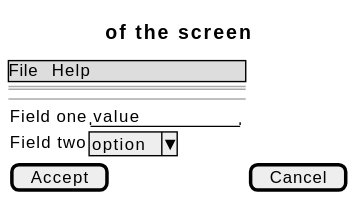
didactika/kampus keeps this PlantUML diagram as docs/01-requirements/use-cases/linkEnrolmentSource/wireframes.svg. Above is the earlier version.
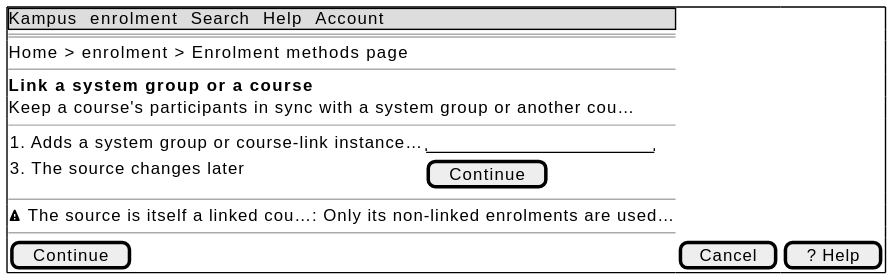
Above is the later version.

Change to the diagram source:
```diff
@@ -1,13 +1,19 @@
 @startsalt
-{
-  {* File | Help }
+{+
+  {* Kampus | enrolment | Search | Help | Account }
   ==
-  Title of the screen
+  Home > enrolment > Enrolment methods page
+  --
+  <b>Link a system group or a course
+  Keep a course's participants in sync with a system group or another cou…
   --
   {
-    Field one | "value        "
-    Field two | ^option^
+    1. Adds a system group or course-link instance… | "                    "
+    3. The source changes later | [ Continue ]
   }
-  [ Accept ] | [ Cancel ]
+  --
+  <&warning> The source is itself a linked cou…: Only its non-linked enrolments are used…
+  --
+  [ Continue ] | [ Cancel ] | [ ? Help ]
 }
 @endsalt
```
